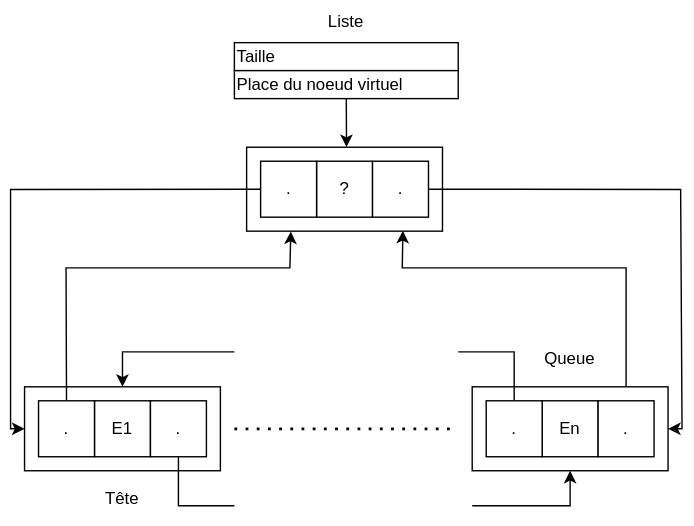
Before: sections/part3/images/chainage_virtuel.svg, a diagram exported from draw.io (BastienGarnier/CoursMinitel). Source tidied: cells renumbered, new cells last; positions are measured from the earlier drawing's top-left corner, leaving out a move shared by most shapes. Source of this version:
```xml
<mxGraphModel>
  <root>
    <mxCell id="0" />
    <mxCell id="1" parent="0" />
    <mxCell id="2" style="rounded=0;whiteSpace=wrap;html=1;" parent="1" vertex="1">
      <mxGeometry x="330" y="276" width="140" height="60" as="geometry" />
    </mxCell>
    <mxCell id="3" style="rounded=0;whiteSpace=wrap;html=1;" parent="1" vertex="1">
      <mxGeometry x="10" y="276" width="140" height="60" as="geometry" />
    </mxCell>
    <mxCell id="4" value="E1" style="rounded=0;whiteSpace=wrap;html=1;" parent="1" vertex="1">
      <mxGeometry x="60" y="286" width="40" height="40" as="geometry" />
    </mxCell>
    <mxCell id="5" value="." style="rounded=0;whiteSpace=wrap;html=1;" parent="1" vertex="1">
      <mxGeometry x="100" y="286" width="40" height="40" as="geometry" />
    </mxCell>
    <mxCell id="6" value="." style="rounded=0;whiteSpace=wrap;html=1;" parent="1" vertex="1">
      <mxGeometry x="20" y="286" width="40" height="40" as="geometry" />
    </mxCell>
    <mxCell id="7" value="En" style="rounded=0;whiteSpace=wrap;html=1;" parent="1" vertex="1">
      <mxGeometry x="380" y="286" width="40" height="40" as="geometry" />
    </mxCell>
    <mxCell id="8" value="." style="rounded=0;whiteSpace=wrap;html=1;" parent="1" vertex="1">
      <mxGeometry x="420" y="286" width="40" height="40" as="geometry" />
    </mxCell>
    <mxCell id="9" value="." style="rounded=0;whiteSpace=wrap;html=1;" parent="1" vertex="1">
      <mxGeometry x="340" y="286" width="40" height="40" as="geometry" />
    </mxCell>
    <mxCell id="10" value="Tête" style="text;html=1;align=center;verticalAlign=middle;whiteSpace=wrap;rounded=0;" parent="1" vertex="1">
      <mxGeometry x="10" y="336" width="140" height="40" as="geometry" />
    </mxCell>
    <mxCell id="11" value="Queue" style="text;html=1;align=center;verticalAlign=middle;whiteSpace=wrap;rounded=0;" parent="1" vertex="1">
      <mxGeometry x="330" y="236" width="140" height="40" as="geometry" />
    </mxCell>
    <mxCell id="12" value="&lt;div align=&quot;left&quot;&gt;Taille&lt;/div&gt;" style="rounded=0;whiteSpace=wrap;html=1;align=left;" parent="1" vertex="1">
      <mxGeometry x="160" y="30" width="160" height="20" as="geometry" />
    </mxCell>
    <mxCell id="13" value="Liste" style="text;html=1;align=center;verticalAlign=middle;whiteSpace=wrap;rounded=0;" parent="1" vertex="1">
      <mxGeometry x="160" width="160" height="30" as="geometry" />
    </mxCell>
    <mxCell id="14" value="Place du noeud virtuel" style="rounded=0;whiteSpace=wrap;html=1;align=left;" parent="1" vertex="1">
      <mxGeometry x="160" y="50" width="160" height="20" as="geometry" />
    </mxCell>
    <mxCell id="15" style="rounded=0;whiteSpace=wrap;html=1;" parent="1" vertex="1">
      <mxGeometry x="168.8" y="104.8" width="140" height="60" as="geometry" />
    </mxCell>
    <mxCell id="16" value="?" style="rounded=0;whiteSpace=wrap;html=1;" parent="1" vertex="1">
      <mxGeometry x="218.8" y="114.8" width="40" height="40" as="geometry" />
    </mxCell>
    <mxCell id="17" value="." style="rounded=0;whiteSpace=wrap;html=1;" parent="1" vertex="1">
      <mxGeometry x="258.8" y="114.8" width="40" height="40" as="geometry" />
    </mxCell>
    <mxCell id="18" value="." style="rounded=0;whiteSpace=wrap;html=1;" parent="1" vertex="1">
      <mxGeometry x="178.8" y="114.8" width="40" height="40" as="geometry" />
    </mxCell>
    <mxCell id="19" style="endArrow=classic;html=1;rounded=0;entryX=0.228;entryY=1.004;entryDx=0;entryDy=0;entryPerimeter=0;exitX=0.5;exitY=0;exitDx=0;exitDy=0;" parent="1" edge="1" source="6">
      <mxGeometry relative="1" as="geometry">
        <mxPoint x="200.3" y="165" as="targetPoint" />
        <Array as="points">
          <mxPoint x="39.7" y="191" />
          <mxPoint x="199.7" y="191" />
        </Array>
      </mxGeometry>
    </mxCell>
    <mxCell id="20" style="endArrow=classic;html=1;rounded=0;entryX=0.798;entryY=0.995;entryDx=0;entryDy=0;entryPerimeter=0;" parent="1" edge="1" target="15">
      <mxGeometry relative="1" as="geometry">
        <mxPoint x="440" y="276" as="sourcePoint" />
        <Array as="points">
          <mxPoint x="440" y="191" />
          <mxPoint x="280" y="191" />
        </Array>
      </mxGeometry>
    </mxCell>
    <mxCell id="21" style="endArrow=classic;html=1;rounded=0;exitX=0;exitY=0.5;exitDx=0;exitDy=0;entryX=0;entryY=0.5;entryDx=0;entryDy=0;" parent="1" edge="1" source="18" target="3">
      <mxGeometry relative="1" as="geometry">
        <Array as="points">
          <mxPoint y="135" />
          <mxPoint y="306" />
        </Array>
      </mxGeometry>
    </mxCell>
    <mxCell id="22" style="endArrow=classic;html=1;rounded=0;exitX=1;exitY=0.5;exitDx=0;exitDy=0;entryX=1;entryY=0.5;entryDx=0;entryDy=0;" parent="1" edge="1" source="17" target="2">
      <mxGeometry relative="1" as="geometry">
        <Array as="points">
          <mxPoint x="479" y="135" />
          <mxPoint x="480" y="306" />
        </Array>
      </mxGeometry>
    </mxCell>
    <mxCell id="23" style="endArrow=classic;html=1;rounded=0;entryX=0.51;entryY=-0.002;entryDx=0;entryDy=0;exitX=0.5;exitY=1;exitDx=0;exitDy=0;entryPerimeter=0;" parent="1" edge="1" source="14" target="15">
      <mxGeometry relative="1" as="geometry" />
    </mxCell>
    <mxCell id="24" style="endArrow=classic;html=1;rounded=0;entryX=0.5;entryY=0;entryDx=0;entryDy=0;" parent="1" edge="1" target="3">
      <mxGeometry relative="1" as="geometry">
        <mxPoint x="160" y="251" as="sourcePoint" />
        <Array as="points">
          <mxPoint x="80" y="251" />
        </Array>
      </mxGeometry>
    </mxCell>
    <mxCell id="25" style="endArrow=none;html=1;rounded=0;entryX=0.5;entryY=1;entryDx=0;entryDy=0;" parent="1" edge="1" target="5">
      <mxGeometry relative="1" as="geometry">
        <mxPoint x="160" y="361" as="sourcePoint" />
        <Array as="points">
          <mxPoint x="120" y="361" />
        </Array>
      </mxGeometry>
    </mxCell>
    <mxCell id="26" style="endArrow=none;dashed=1;html=1;dashPattern=1 3;strokeWidth=2;rounded=0;" parent="1" edge="1">
      <mxGeometry relative="1" as="geometry">
        <mxPoint x="160" y="306" as="sourcePoint" />
        <mxPoint x="320" y="306" as="targetPoint" />
      </mxGeometry>
    </mxCell>
    <mxCell id="27" style="endArrow=classic;html=1;rounded=0;entryX=0.5;entryY=1;entryDx=0;entryDy=0;" parent="1" edge="1" target="2">
      <mxGeometry relative="1" as="geometry">
        <mxPoint x="330" y="361" as="sourcePoint" />
        <Array as="points">
          <mxPoint x="400" y="361" />
        </Array>
      </mxGeometry>
    </mxCell>
    <mxCell id="28" style="endArrow=none;html=1;rounded=0;exitX=0.5;exitY=0;exitDx=0;exitDy=0;" parent="1" edge="1" source="9">
      <mxGeometry relative="1" as="geometry">
        <mxPoint x="320" y="251" as="targetPoint" />
        <Array as="points">
          <mxPoint x="360" y="251" />
        </Array>
      </mxGeometry>
    </mxCell>
  </root>
</mxGraphModel>
```
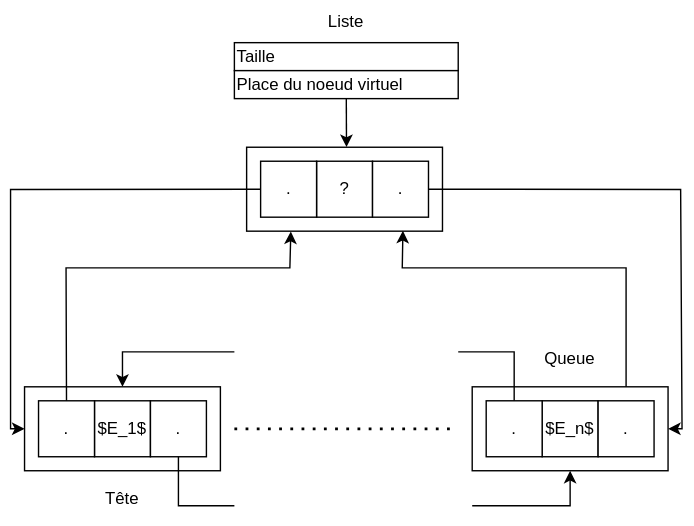
After the commit.

The edit, as a diff of the source:
```diff
@@ -8,7 +8,7 @@
     <mxCell id="3" style="rounded=0;whiteSpace=wrap;html=1;" parent="1" vertex="1">
       <mxGeometry x="10" y="276" width="140" height="60" as="geometry" />
     </mxCell>
-    <mxCell id="4" value="E1" style="rounded=0;whiteSpace=wrap;html=1;" parent="1" vertex="1">
+    <mxCell id="4" value="$E_1$" style="rounded=0;whiteSpace=wrap;html=1;" parent="1" vertex="1">
       <mxGeometry x="60" y="286" width="40" height="40" as="geometry" />
     </mxCell>
     <mxCell id="5" value="." style="rounded=0;whiteSpace=wrap;html=1;" parent="1" vertex="1">
@@ -17,7 +17,7 @@
     <mxCell id="6" value="." style="rounded=0;whiteSpace=wrap;html=1;" parent="1" vertex="1">
       <mxGeometry x="20" y="286" width="40" height="40" as="geometry" />
     </mxCell>
-    <mxCell id="7" value="En" style="rounded=0;whiteSpace=wrap;html=1;" parent="1" vertex="1">
+    <mxCell id="7" value="$E_n$" style="rounded=0;whiteSpace=wrap;html=1;" parent="1" vertex="1">
       <mxGeometry x="380" y="286" width="40" height="40" as="geometry" />
     </mxCell>
     <mxCell id="8" value="." style="rounded=0;whiteSpace=wrap;html=1;" parent="1" vertex="1">
```
